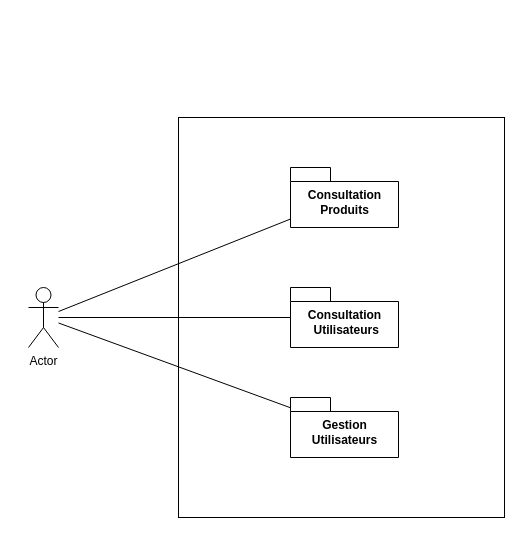
Earlier version of the draw.io diagram Diagrammes/BileMo_packages.drawio (JgPhil/BileMo). Source tidied: cells renumbered, new cells numbered last; positions are measured from the earlier drawing's top-left corner, leaving out a move shared by most shapes. Both pictures are drawn from the tidied source at 100%, with x=0, y=0 at pixel (28, 117).
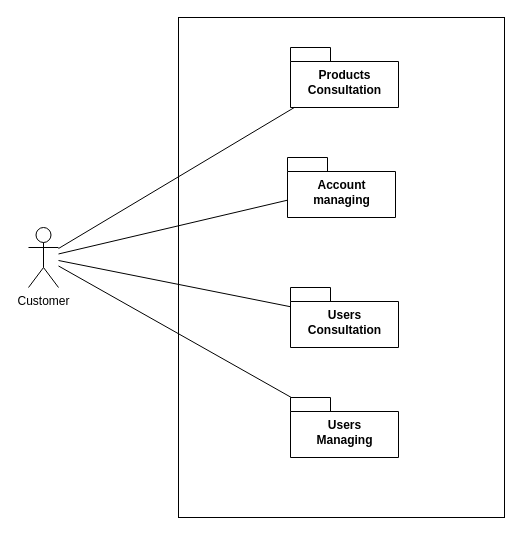
The same diagram, later.

Change to the diagram source:
```diff
@@
 <mxGraphModel>
   <root>
     <mxCell id="0" />
     <mxCell id="1" parent="0" />
     <mxCell id="2" style="rounded=0;whiteSpace=wrap;html=1;" parent="1" vertex="1">
-      <mxGeometry x="150" width="326" height="400" as="geometry" />
+      <mxGeometry x="150" y="-100" width="326" height="500" as="geometry" />
     </mxCell>
-    <mxCell id="3" value="Actor" style="shape=umlActor;verticalLabelPosition=bottom;verticalAlign=top;html=1;outlineConnect=0;" parent="1" vertex="1">
-      <mxGeometry y="170" width="30" height="60" as="geometry" />
+    <mxCell id="3" value="Customer" style="shape=umlActor;verticalLabelPosition=bottom;verticalAlign=top;html=1;outlineConnect=0;" parent="1" vertex="1">
+      <mxGeometry y="110" width="30" height="60" as="geometry" />
     </mxCell>
-    <mxCell id="4" value="Consultation&lt;br&gt;Produits" style="shape=folder;fontStyle=1;spacingTop=10;tabWidth=40;tabHeight=14;tabPosition=left;html=1;" parent="1" vertex="1">
-      <mxGeometry x="262" y="50" width="108" height="60" as="geometry" />
+    <mxCell id="4" value="Products&lt;br&gt;Consultation" style="shape=folder;fontStyle=1;spacingTop=10;tabWidth=40;tabHeight=14;tabPosition=left;html=1;" parent="1" vertex="1">
+      <mxGeometry x="262" y="-70" width="108" height="60" as="geometry" />
     </mxCell>
-    <mxCell id="5" value="Consultation&lt;br&gt;&amp;nbsp;Utilisateurs" style="shape=folder;fontStyle=1;spacingTop=10;tabWidth=40;tabHeight=14;tabPosition=left;html=1;" parent="1" vertex="1">
+    <mxCell id="5" value="Users&lt;br&gt;Consultation" style="shape=folder;fontStyle=1;spacingTop=10;tabWidth=40;tabHeight=14;tabPosition=left;html=1;" parent="1" vertex="1">
       <mxGeometry x="262" y="170" width="108" height="60" as="geometry" />
     </mxCell>
-    <mxCell id="6" value="Gestion&lt;br&gt;Utilisateurs" style="shape=folder;fontStyle=1;spacingTop=10;tabWidth=40;tabHeight=14;tabPosition=left;html=1;" parent="1" vertex="1">
+    <mxCell id="6" value="Users&lt;br&gt;Managing" style="shape=folder;fontStyle=1;spacingTop=10;tabWidth=40;tabHeight=14;tabPosition=left;html=1;" parent="1" vertex="1">
       <mxGeometry x="262" y="280" width="108" height="60" as="geometry" />
     </mxCell>
     <mxCell id="7" style="endArrow=none;html=1;" parent="1" edge="1" source="3" target="4">
       <mxGeometry relative="1" as="geometry" />
     </mxCell>
     <mxCell id="8" style="endArrow=none;html=1;" parent="1" edge="1" source="3" target="5">
       <mxGeometry relative="1" as="geometry" />
     </mxCell>
     <mxCell id="9" style="endArrow=none;html=1;" parent="1" edge="1" source="3" target="6">
       <mxGeometry relative="1" as="geometry" />
     </mxCell>
+    <mxCell id="10" value="Account&lt;br&gt;managing" style="shape=folder;fontStyle=1;spacingTop=10;tabWidth=40;tabHeight=14;tabPosition=left;html=1;" parent="1" vertex="1">
+      <mxGeometry x="259" y="40" width="108" height="60" as="geometry" />
+    </mxCell>
+    <mxCell id="11" style="endArrow=none;html=1;" parent="1" edge="1" source="3" target="10">
+      <mxGeometry relative="1" as="geometry" />
+    </mxCell>
   </root>
 </mxGraphModel>
```
